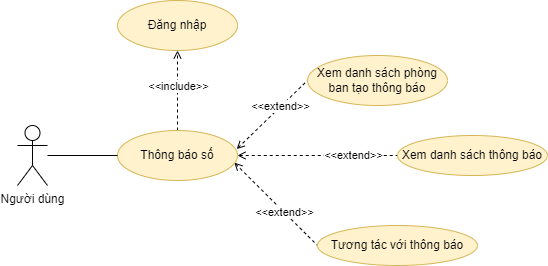
Earlier version of the draw.io export usecase diagram/Thông báo nội khu-Thông báo số.drawio.png (kienndhn/draw-io). Source tidied: cells renumbered, new cells last; positions are measured from the earlier drawing's top-left corner, leaving out a move shared by most shapes.
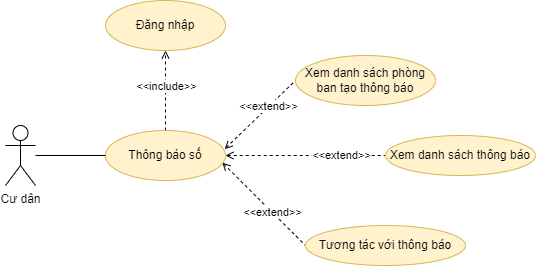
After the change.

The edit, as a diff of the source:
```diff
@@ -47,7 +47,7 @@
     <mxCell id="14" style="edgeStyle=none;rounded=0;jettySize=auto;html=1;startArrow=none;startFill=0;endArrow=none;endFill=0;" parent="1" edge="1" source="15" target="13">
       <mxGeometry relative="1" as="geometry" />
     </mxCell>
-    <mxCell id="15" value="Người dùng" style="shape=umlActor;verticalLabelPosition=bottom;verticalAlign=top;html=1;outlineConnect=0;" parent="1" vertex="1">
+    <mxCell id="15" value="Cư dân" style="shape=umlActor;verticalLabelPosition=bottom;verticalAlign=top;html=1;outlineConnect=0;" parent="1" vertex="1">
       <mxGeometry y="125" width="30" height="60" as="geometry" />
     </mxCell>
     <mxCell id="16" value="Đăng nhập" style="ellipse;whiteSpace=wrap;html=1;fillColor=#fff2cc;strokeColor=#d6b656;" parent="1" vertex="1">
```
